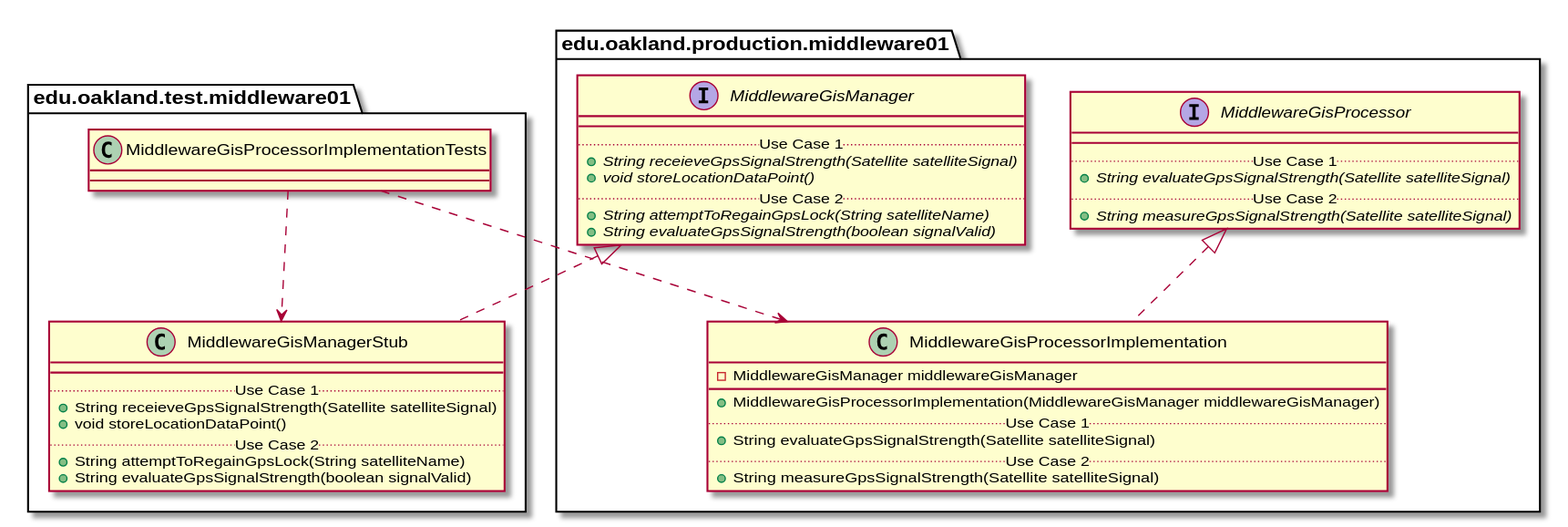
Before: docs/uml-class-diagrams/middleware01/test/MiddlewareGisProcessorImplementationTests/MiddlewareGisProcessorImplementationTests_Closure.svg, a diagram exported from PlantUML (elilley15/csi-3370-software-project).
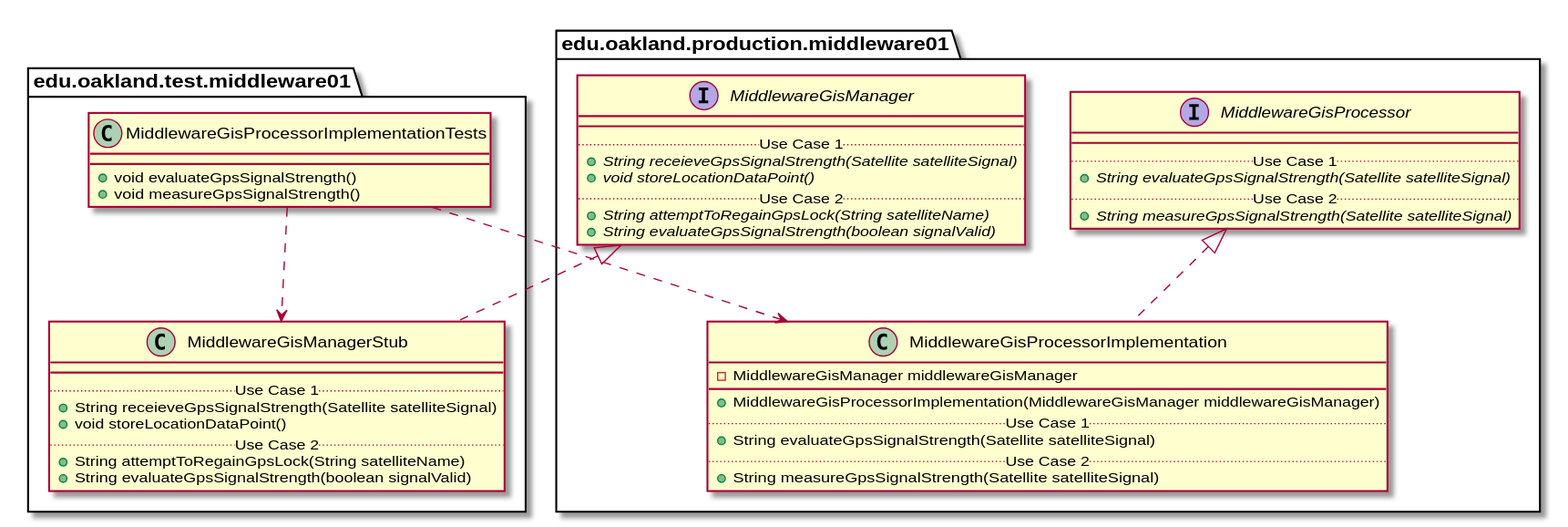
The same diagram one commit later.

The edit, as a diff of the source:
```diff
@@ -2,9 +2,10 @@
 
 
 package edu.oakland.test.middleware01 {
-    class MiddlewareGisProcessorImplementationTests {
-
-    }
+  class MiddlewareGisProcessorImplementationTests {
+    + void evaluateGpsSignalStrength()
+    + void measureGpsSignalStrength()
+  }
 }
 
 
```
